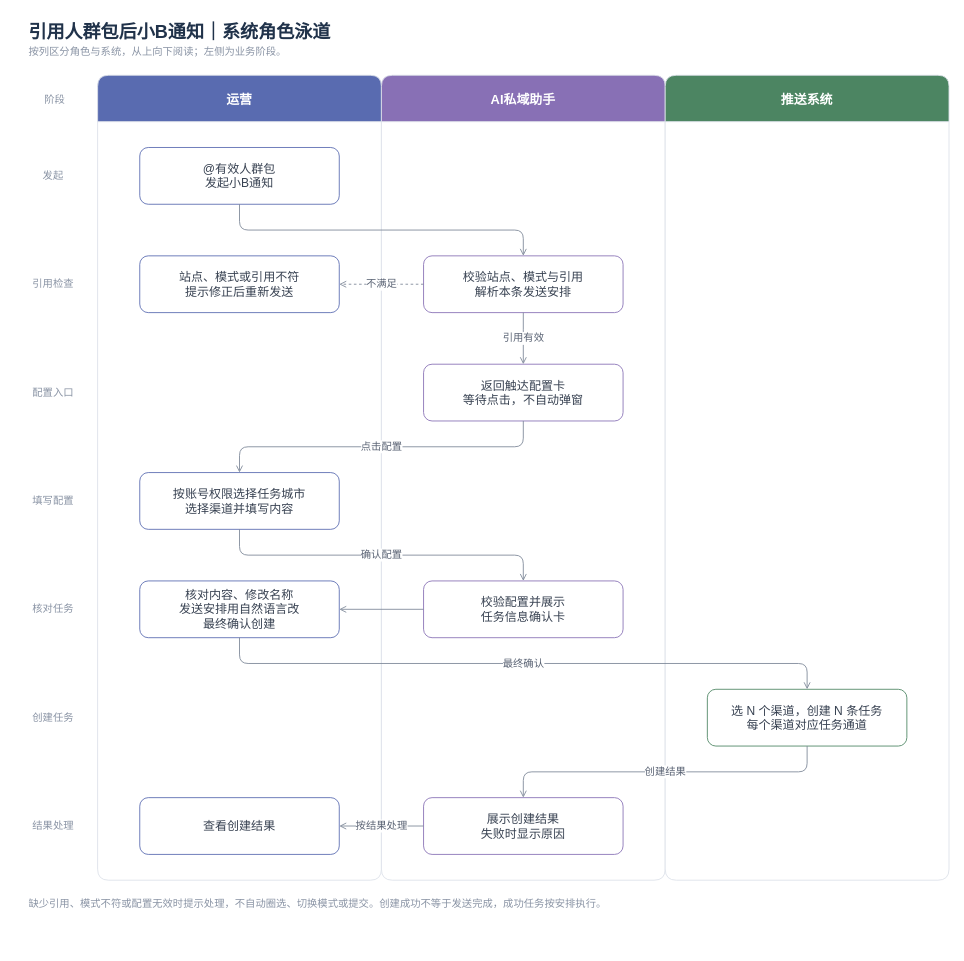
Above: page "引用人群包后小B通知｜系统角色泳道" (2 of 3) of message-notifications/消息通知-角色与系统业务流程.drawio in JZT-AI/ai-proactive-activation (draw.io), before the change. Source tidied: cells renumbered, new cells numbered last; positions are measured from the earlier drawing's top-left corner, leaving out a move shared by most shapes. Both pictures are drawn from the tidied source at 86%, with x=0, y=0 at pixel (15, 15).
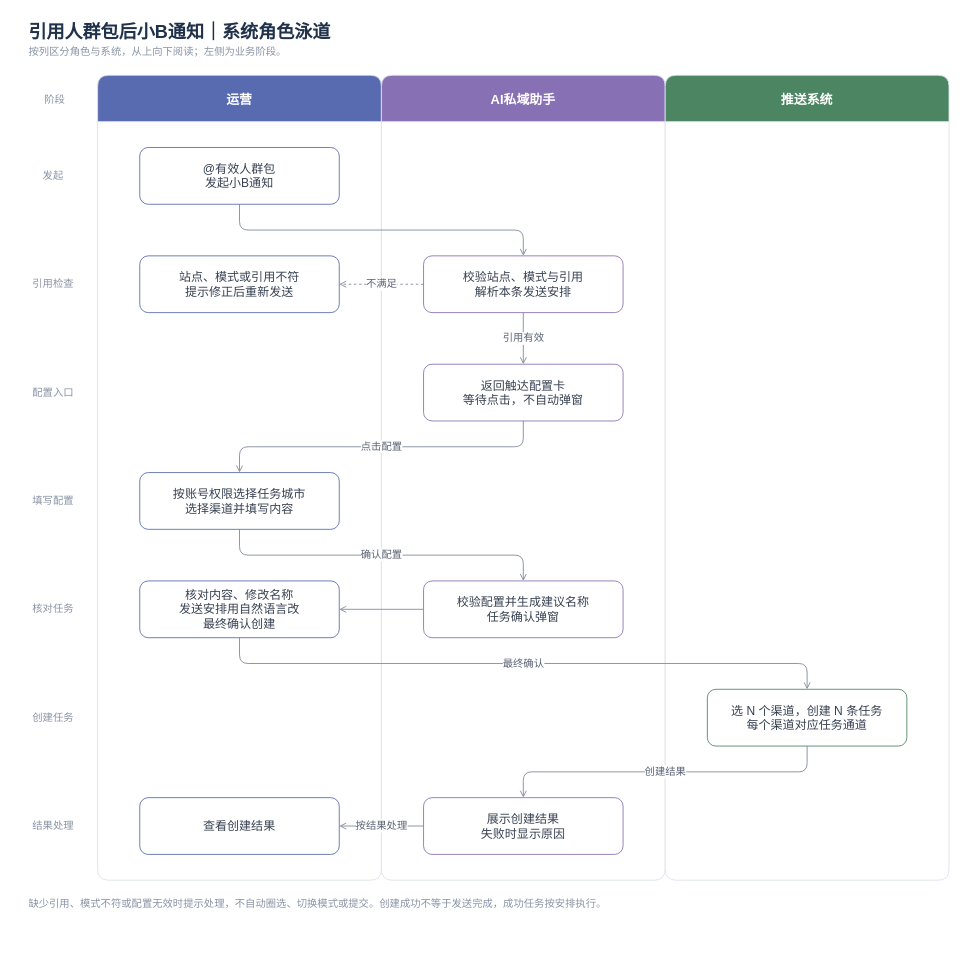
The same page after the edit.

The change refers to these unchanged cells:
```xml
<mxCell id="6" value="AI私域助手" style="swimlane;horizontal=1;startSize=54;rounded=1;arcSize=8;fillColor=#8870b5;swimlaneFillColor=#ffffff;strokeColor=#dce1e9;fontColor=#ffffff;fontSize=15;fontStyle=1;" parent="1" vertex="1">
  <mxGeometry x="426" y="70" width="330" height="936" as="geometry" />
</mxCell>
```

What changed in the source:
```diff
@@
-    <mxCell id="19" value="校验配置并展示&lt;br&gt;任务信息确认卡" style="rounded=1;whiteSpace=wrap;html=1;fillColor=#ffffff;strokeColor=#8870b5;strokeWidth=1;fontColor=#374151;fontSize=14;spacing=8;" parent="6" vertex="1">
+    <mxCell id="19" value="校验配置并生成建议名称&lt;br&gt;任务确认弹窗" style="rounded=1;whiteSpace=wrap;html=1;fillColor=#ffffff;strokeColor=#8870b5;strokeWidth=1;fontColor=#374151;fontSize=14;spacing=8;" parent="6" vertex="1">
       <mxGeometry x="49" y="588" width="232" height="66" as="geometry" />
     </mxCell>
```
